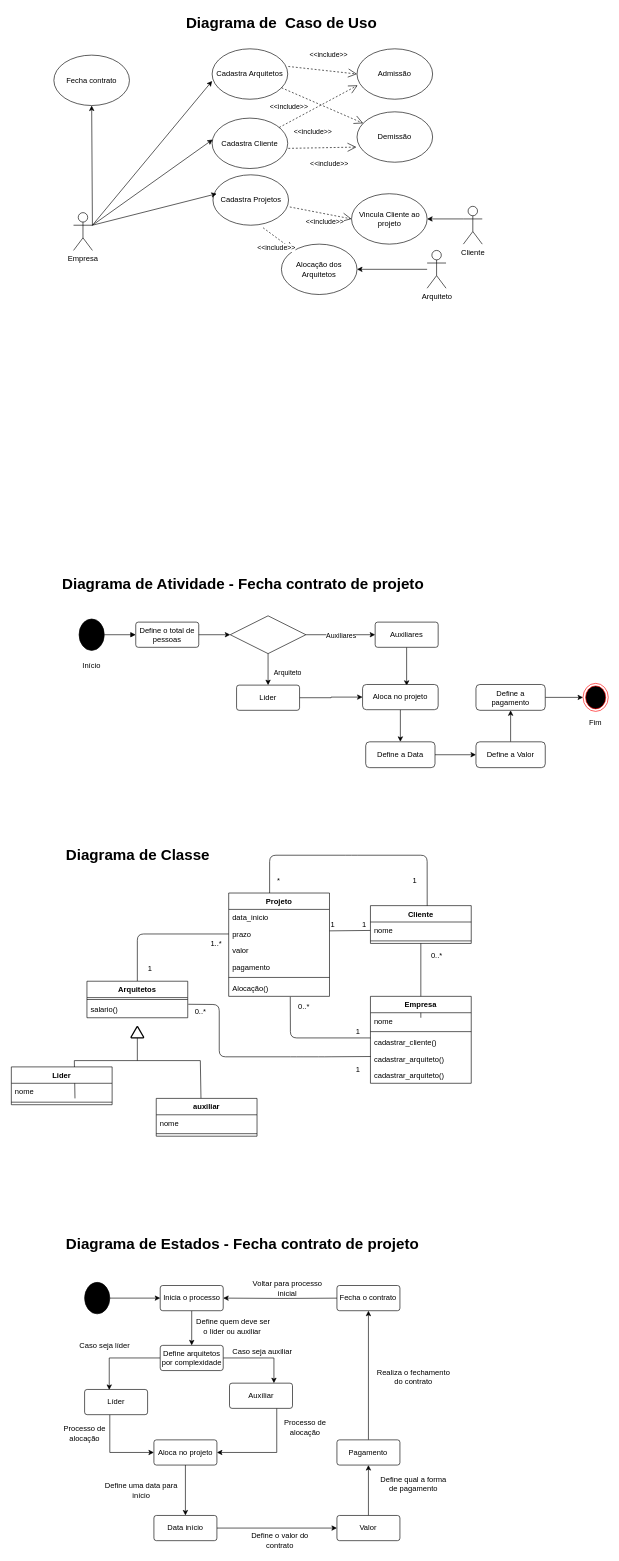
This is Untitled Diagram.drawio from EdneiFNeto/UML, a draw.io file, before an edit. Source tidied: cells renumbered, new cells numbered last; positions are measured from the earlier drawing's top-left corner, leaving out a move shared by most shapes. Both pictures are drawn from the tidied source at 63%, with x=0, y=0 at pixel (11, 11).
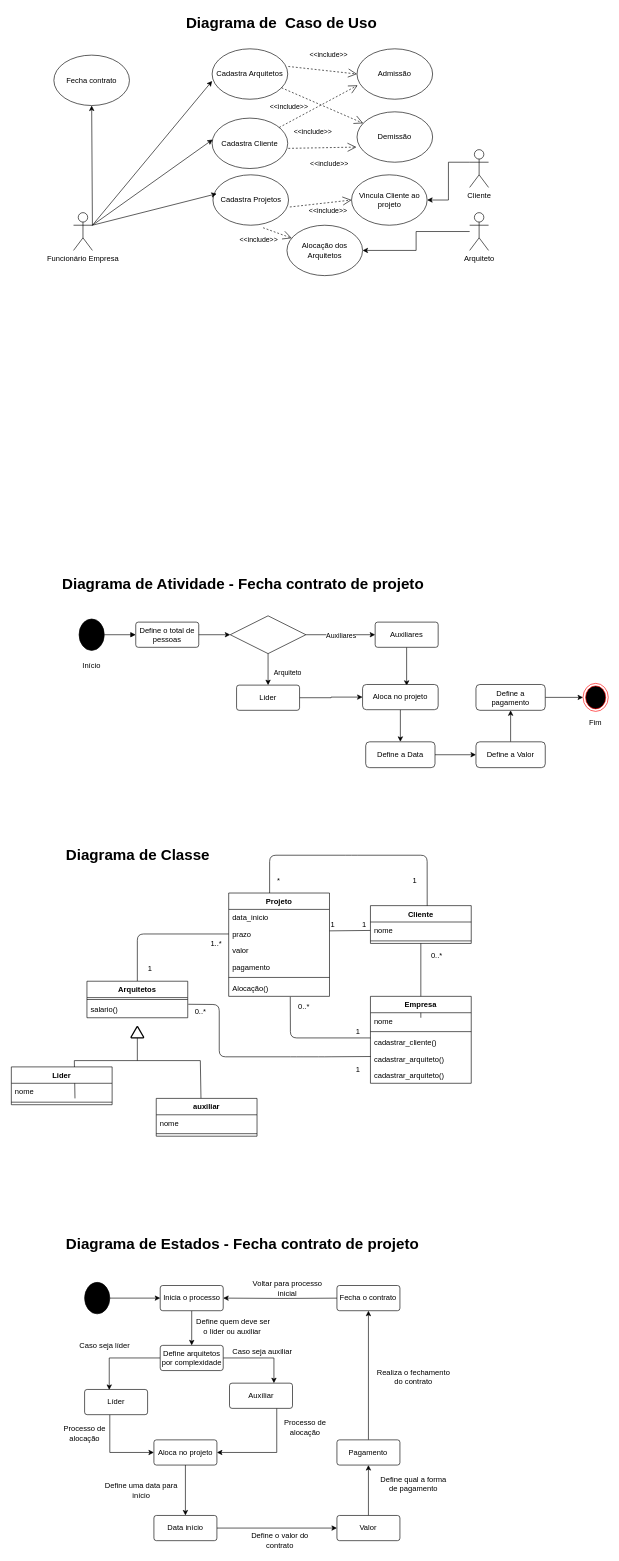
The same diagram, later.

Commit message:
add  aloca arquiteto

Unchanged cells that the change refers to:
```xml
<mxCell id="6" value="Cadastra Projetos" style="ellipse;whiteSpace=wrap;html=1;" parent="1" vertex="1">
  <mxGeometry x="320.5" y="260" width="120" height="80" as="geometry" />
</mxCell>
```

The edit, as a diff of the source:
```diff
@@
-    <mxCell id="2" value="Empresa" style="shape=umlActor;verticalLabelPosition=bottom;verticalAlign=top;html=1;outlineConnect=0;" parent="1" vertex="1">
+    <mxCell id="2" value="Funcionário Empresa&lt;br&gt;" style="shape=umlActor;verticalLabelPosition=bottom;verticalAlign=top;html=1;outlineConnect=0;" parent="1" vertex="1">
       <mxGeometry x="99.2" y="320" width="30" height="60" as="geometry" />
     </mxCell>
@@
     <mxCell id="11" value="Alocação dos Arquitetos" style="ellipse;whiteSpace=wrap;html=1;" parent="1" vertex="1">
-      <mxGeometry x="429.2" y="370" width="120" height="80" as="geometry" />
+      <mxGeometry x="438" y="340" width="120" height="80" as="geometry" />
     </mxCell>
     <mxCell id="12" value="Vincula Cliente ao projeto" style="ellipse;whiteSpace=wrap;html=1;" parent="1" vertex="1">
-      <mxGeometry x="540.5" y="290" width="120" height="80" as="geometry" />
+      <mxGeometry x="540.5" y="260" width="120" height="80" as="geometry" />
     </mxCell>
@@
     <mxCell id="128" value="Cliente" style="shape=umlActor;verticalLabelPosition=bottom;verticalAlign=top;html=1;outlineConnect=0;" parent="1" vertex="1">
-      <mxGeometry x="718" y="310" width="30" height="60" as="geometry" />
+      <mxGeometry x="728" y="220" width="30" height="60" as="geometry" />
     </mxCell>
@@
     <mxCell id="130" value="Arquiteto" style="shape=umlActor;verticalLabelPosition=bottom;verticalAlign=top;html=1;outlineConnect=0;" parent="1" vertex="1">
-      <mxGeometry x="660.5" y="380" width="30" height="60" as="geometry" />
+      <mxGeometry x="728" y="320" width="30" height="60" as="geometry" />
     </mxCell>
     <mxCell id="131" value="&amp;lt;&amp;lt;include&amp;gt;&amp;gt;" style="endArrow=open;endSize=12;dashed=1;html=1;exitX=0.663;exitY=1.05;exitDx=0;exitDy=0;exitPerimeter=0;" parent="1" edge="1" source="6" target="11">
-      <mxGeometry x="0.19" y="-13" relative="1" as="geometry" />
+      <mxGeometry x="-1" y="-20" relative="1" as="geometry" />
     </mxCell>
```
